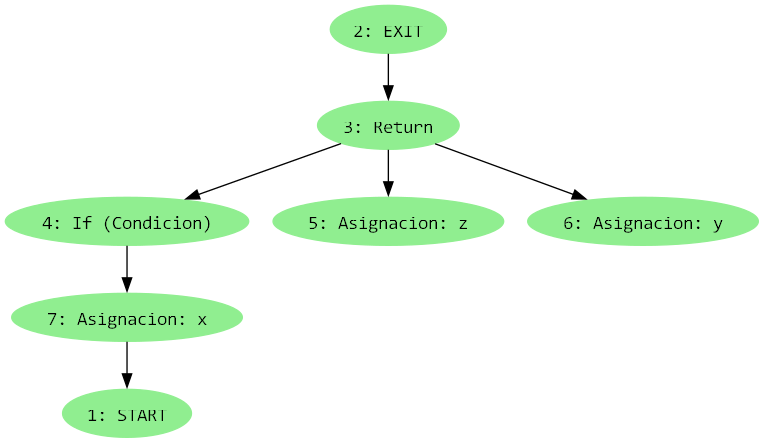
The Graphviz diagram pdt.png in JoelRodriguez174/TP_Analisis_Estatico, before a commit. Its source is kept beside it as pdt.dot. The source it was exported from:
```dot
digraph PDT {
  node [shape=ellipse, fontname="Consolas", style=filled, color=lightgreen];
  n1 [label="1: START"];
  n2 [label="2: EXIT"];
  n3 [label="3: Return"];
  n4 [label="4: If (Condicion)"];
  n5 [label="5: Asignacion: z"];
  n6 [label="6: Asignacion: y"];
  n7 [label="7: Asignacion: x"];
  n7 -> n1;
  n2 -> n3;
  n3 -> n4;
  n3 -> n5;
  n3 -> n6;
  n4 -> n7;
}
```
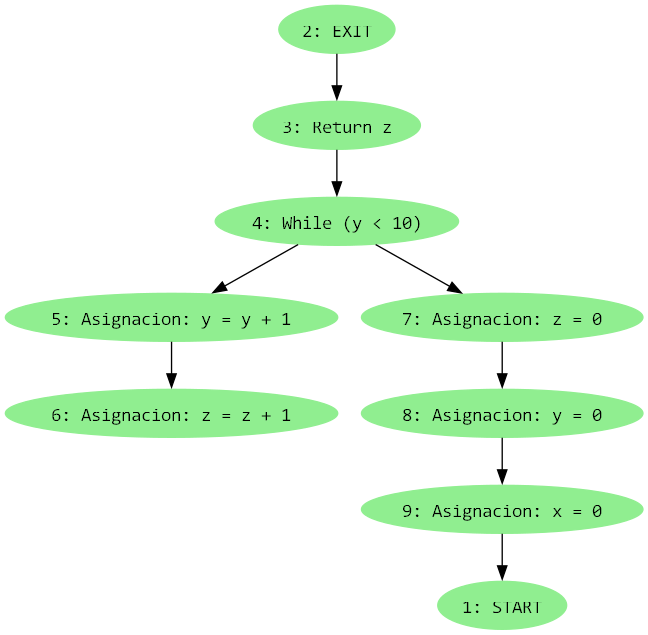
The same diagram one commit later.

What changed in the source:
```diff
@@ -2,15 +2,19 @@
   node [shape=ellipse, fontname="Consolas", style=filled, color=lightgreen];
   n1 [label="1: START"];
   n2 [label="2: EXIT"];
-  n3 [label="3: Return"];
-  n4 [label="4: If (Condicion)"];
-  n5 [label="5: Asignacion: z"];
-  n6 [label="6: Asignacion: y"];
-  n7 [label="7: Asignacion: x"];
-  n7 -> n1;
+  n3 [label="3: Return z"];
+  n4 [label="4: While (y < 10)"];
+  n5 [label="5: Asignacion: y = y + 1"];
+  n6 [label="6: Asignacion: z = z + 1"];
+  n7 [label="7: Asignacion: z = 0"];
+  n8 [label="8: Asignacion: y = 0"];
+  n9 [label="9: Asignacion: x = 0"];
+  n9 -> n1;
   n2 -> n3;
   n3 -> n4;
-  n3 -> n5;
-  n3 -> n6;
+  n4 -> n5;
+  n5 -> n6;
   n4 -> n7;
+  n7 -> n8;
+  n8 -> n9;
 }
```
